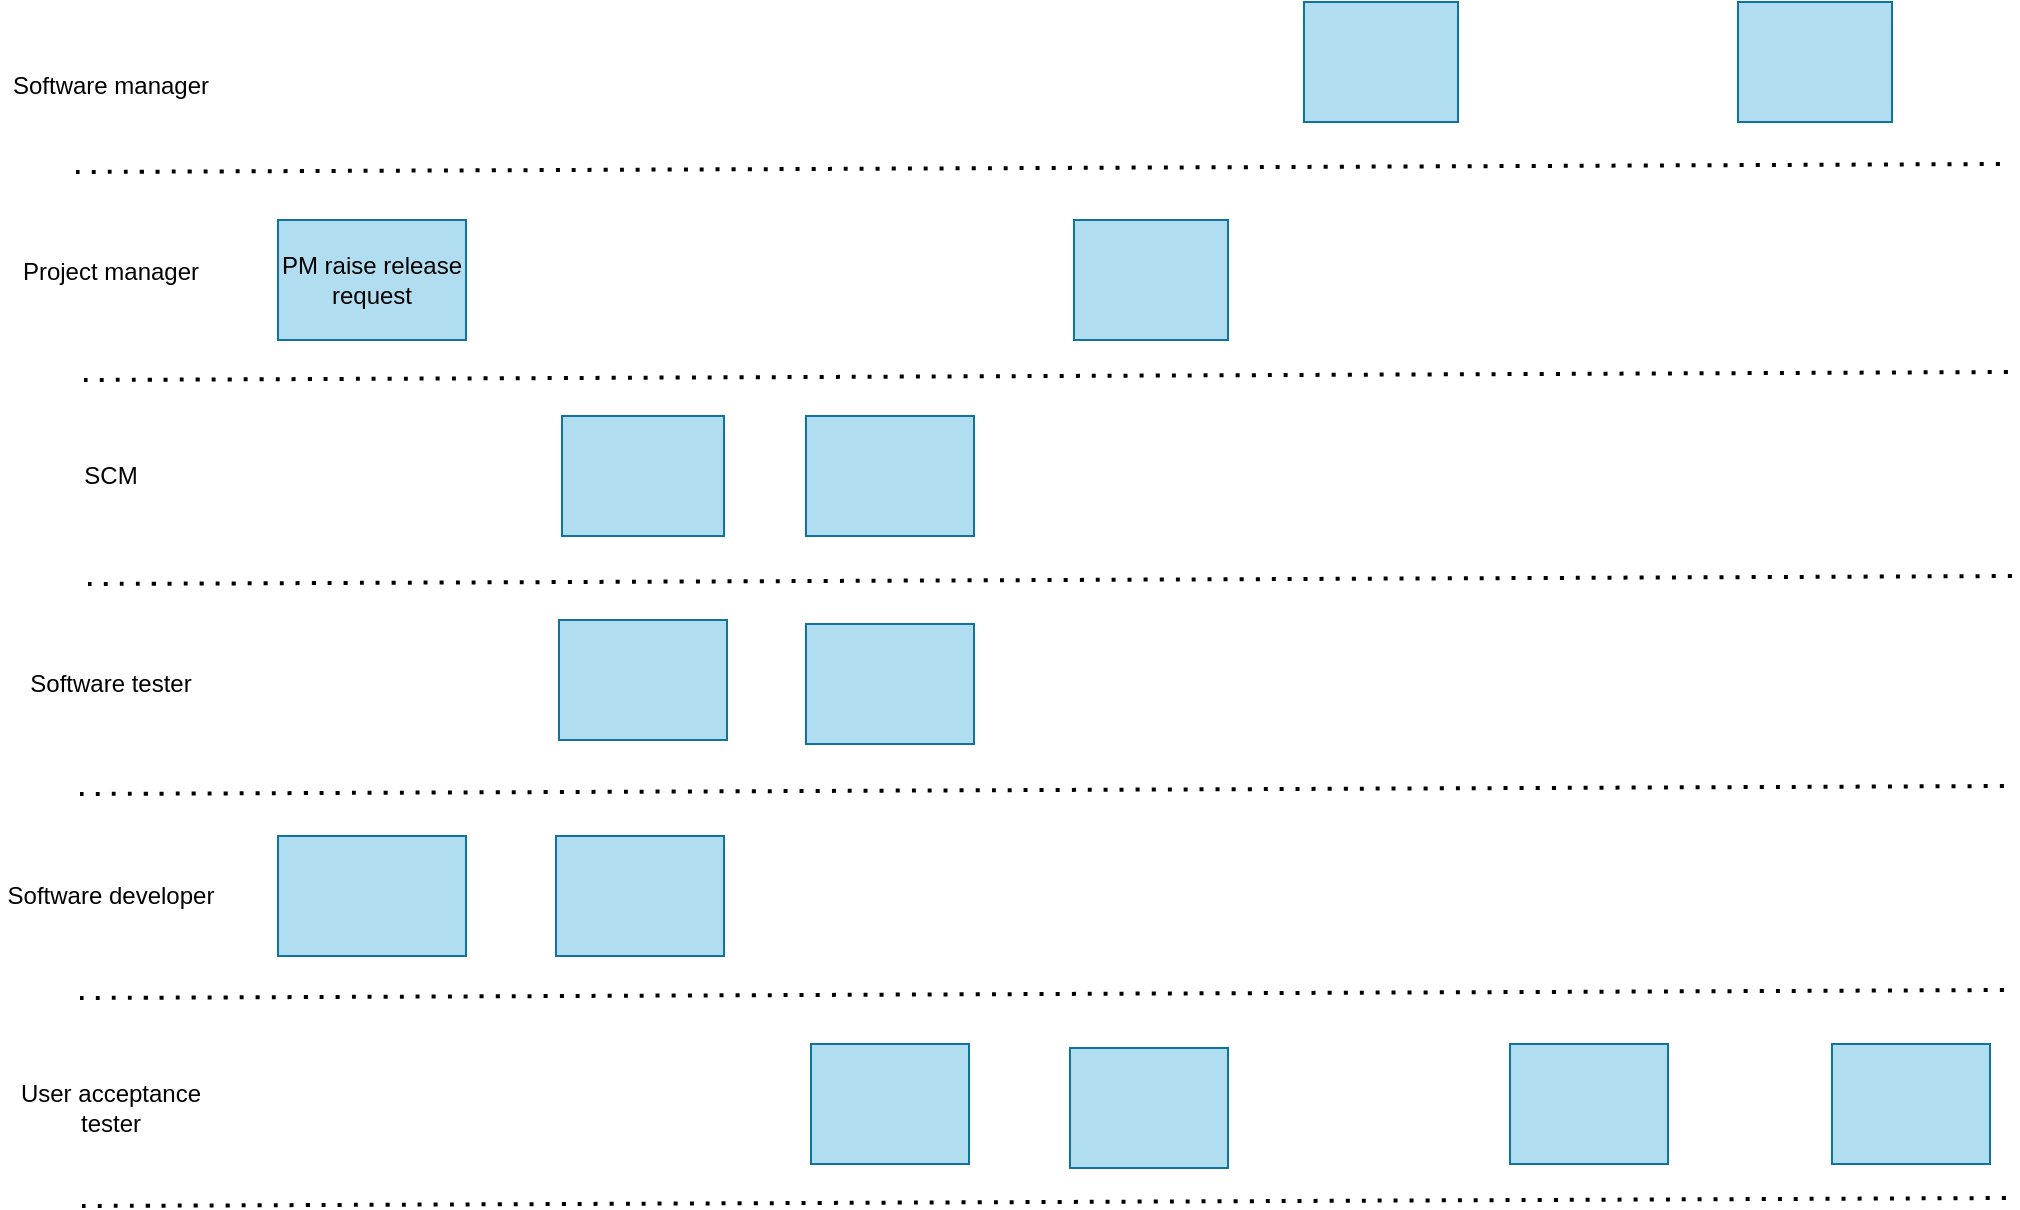
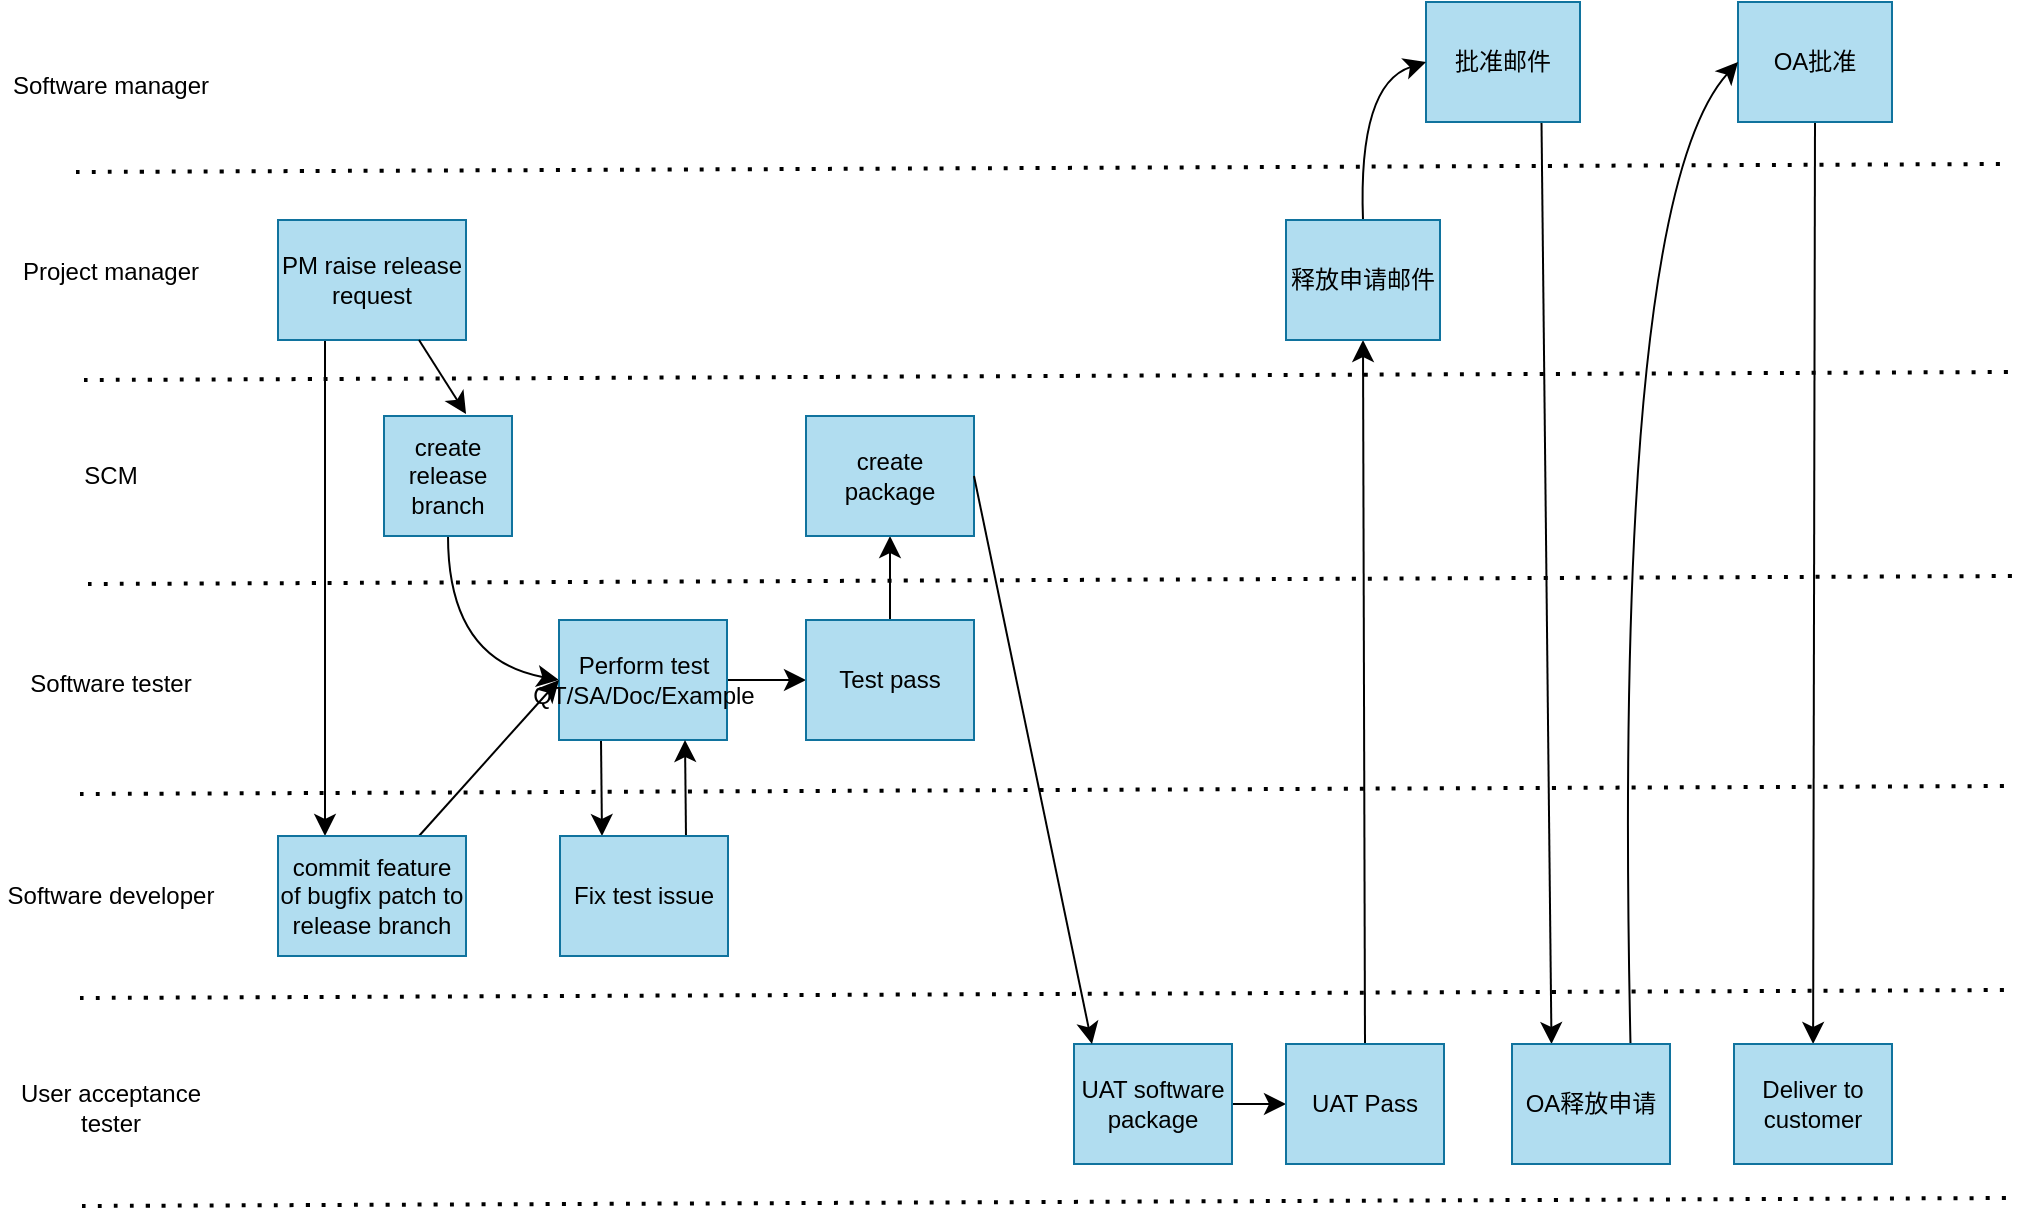
<mxfile host="app.diagrams.net">
  <diagram name="Page-1" id="fTPwgdbc9iwTcl-xMIqn">
    <mxGraphModel dx="3014" dy="1651" grid="0" gridSize="10" guides="1" tooltips="1" connect="1" arrows="1" fold="1" page="0" pageScale="1" pageWidth="827" pageHeight="1169" math="0" shadow="0">
      <root>
        <mxCell id="0" />
        <mxCell id="1" parent="0" />
-         <mxCell id="DVGrybJIp1oMZ7pIrlnc-1" parent="1" style="rounded=0;whiteSpace=wrap;html=1;fillColor=#b1ddf0;strokeColor=#10739e;" value="" vertex="1">
-           <mxGeometry height="60" width="77" x="-603" y="-687" as="geometry" />
+         <mxCell id="DVGrybJIp1oMZ7pIrlnc-45" edge="1" parent="1" source="DVGrybJIp1oMZ7pIrlnc-1" style="edgeStyle=none;curved=1;rounded=0;orthogonalLoop=1;jettySize=auto;html=1;exitX=0.75;exitY=1;exitDx=0;exitDy=0;entryX=0.25;entryY=0;entryDx=0;entryDy=0;fontSize=12;startSize=8;endSize=8;" target="DVGrybJIp1oMZ7pIrlnc-28">
+           <mxGeometry relative="1" as="geometry" />
+         </mxCell>
+         <mxCell id="DVGrybJIp1oMZ7pIrlnc-1" parent="1" style="rounded=0;whiteSpace=wrap;html=1;fillColor=#b1ddf0;strokeColor=#10739e;" value="批准邮件" vertex="1">
+           <mxGeometry height="60" width="77" x="-542" y="-687" as="geometry" />
        </mxCell>
        <mxCell id="DVGrybJIp1oMZ7pIrlnc-4" edge="1" parent="1" style="endArrow=none;dashed=1;html=1;dashPattern=1 3;strokeWidth=2;rounded=0;fontSize=12;startSize=8;endSize=8;curved=1;" value="">
          <mxGeometry height="50" relative="1" width="50" as="geometry">
            <mxPoint x="-1217" y="-602" as="sourcePoint" />
            <mxPoint x="-253" y="-606" as="targetPoint" />
          </mxGeometry>
+         </mxCell>
+         <mxCell id="DVGrybJIp1oMZ7pIrlnc-31" edge="1" parent="1" source="DVGrybJIp1oMZ7pIrlnc-6" style="edgeStyle=none;curved=1;rounded=0;orthogonalLoop=1;jettySize=auto;html=1;exitX=0.25;exitY=1;exitDx=0;exitDy=0;entryX=0.25;entryY=0;entryDx=0;entryDy=0;fontSize=12;startSize=8;endSize=8;" target="DVGrybJIp1oMZ7pIrlnc-12">
+           <mxGeometry relative="1" as="geometry" />
        </mxCell>
        <mxCell id="DVGrybJIp1oMZ7pIrlnc-6" parent="1" style="rounded=0;whiteSpace=wrap;html=1;fillColor=#b1ddf0;strokeColor=#10739e;" value="PM raise release request" vertex="1">
          <mxGeometry height="60" width="94" x="-1116" y="-578" as="geometry" />
        </mxCell>
        <mxCell id="DVGrybJIp1oMZ7pIrlnc-7" edge="1" parent="1" style="endArrow=none;dashed=1;html=1;dashPattern=1 3;strokeWidth=2;rounded=0;fontSize=12;startSize=8;endSize=8;curved=1;" value="">
          <mxGeometry height="50" relative="1" width="50" as="geometry">
            <mxPoint x="-1213" y="-498" as="sourcePoint" />
            <mxPoint x="-249" y="-502" as="targetPoint" />
          </mxGeometry>
        </mxCell>
-         <mxCell id="DVGrybJIp1oMZ7pIrlnc-8" parent="1" style="rounded=0;whiteSpace=wrap;html=1;fillColor=#b1ddf0;strokeColor=#10739e;" value="" vertex="1">
-           <mxGeometry height="60" width="81" x="-974" y="-480" as="geometry" />
+         <mxCell id="DVGrybJIp1oMZ7pIrlnc-32" edge="1" parent="1" source="DVGrybJIp1oMZ7pIrlnc-8" style="edgeStyle=none;curved=1;rounded=0;orthogonalLoop=1;jettySize=auto;html=1;exitX=0.5;exitY=1;exitDx=0;exitDy=0;entryX=0;entryY=0.5;entryDx=0;entryDy=0;fontSize=12;startSize=8;endSize=8;" target="DVGrybJIp1oMZ7pIrlnc-10">
+           <mxGeometry relative="1" as="geometry">
+             <Array as="points">
+               <mxPoint x="-1031" y="-358" />
+             </Array>
+           </mxGeometry>
+         </mxCell>
+         <mxCell id="DVGrybJIp1oMZ7pIrlnc-8" parent="1" style="rounded=0;whiteSpace=wrap;html=1;fillColor=#b1ddf0;strokeColor=#10739e;" value="create release branch" vertex="1">
+           <mxGeometry height="60" width="64" x="-1063" y="-480" as="geometry" />
        </mxCell>
        <mxCell id="DVGrybJIp1oMZ7pIrlnc-9" edge="1" parent="1" style="endArrow=none;dashed=1;html=1;dashPattern=1 3;strokeWidth=2;rounded=0;fontSize=12;startSize=8;endSize=8;curved=1;" value="">
          <mxGeometry height="50" relative="1" width="50" as="geometry">
            <mxPoint x="-1211" y="-396" as="sourcePoint" />
            <mxPoint x="-247" y="-400" as="targetPoint" />
          </mxGeometry>
        </mxCell>
-         <mxCell id="DVGrybJIp1oMZ7pIrlnc-10" parent="1" style="rounded=0;whiteSpace=wrap;html=1;fillColor=#b1ddf0;strokeColor=#10739e;" value="" vertex="1">
+         <mxCell id="DVGrybJIp1oMZ7pIrlnc-34" edge="1" parent="1" source="DVGrybJIp1oMZ7pIrlnc-10" style="edgeStyle=none;curved=1;rounded=0;orthogonalLoop=1;jettySize=auto;html=1;exitX=0.25;exitY=1;exitDx=0;exitDy=0;entryX=0.25;entryY=0;entryDx=0;entryDy=0;fontSize=12;startSize=8;endSize=8;" target="DVGrybJIp1oMZ7pIrlnc-26">
+           <mxGeometry relative="1" as="geometry" />
+         </mxCell>
+         <mxCell id="DVGrybJIp1oMZ7pIrlnc-36" edge="1" parent="1" source="DVGrybJIp1oMZ7pIrlnc-10" style="edgeStyle=none;curved=1;rounded=0;orthogonalLoop=1;jettySize=auto;html=1;exitX=1;exitY=0.5;exitDx=0;exitDy=0;entryX=0;entryY=0.5;entryDx=0;entryDy=0;fontSize=12;startSize=8;endSize=8;" target="DVGrybJIp1oMZ7pIrlnc-24">
+           <mxGeometry relative="1" as="geometry" />
+         </mxCell>
+         <mxCell id="DVGrybJIp1oMZ7pIrlnc-10" parent="1" style="rounded=0;whiteSpace=wrap;html=1;fillColor=#b1ddf0;strokeColor=#10739e;" value="&lt;div&gt;Perform test&lt;/div&gt;&lt;div&gt;QT/SA/Doc/Example&lt;/div&gt;" vertex="1">
          <mxGeometry height="60" width="84" x="-975.5" y="-378" as="geometry" />
        </mxCell>
        <mxCell id="DVGrybJIp1oMZ7pIrlnc-11" edge="1" parent="1" style="endArrow=none;dashed=1;html=1;dashPattern=1 3;strokeWidth=2;rounded=0;fontSize=12;startSize=8;endSize=8;curved=1;" value="">
          <mxGeometry height="50" relative="1" width="50" as="geometry">
            <mxPoint x="-1215" y="-291" as="sourcePoint" />
            <mxPoint x="-251" y="-295" as="targetPoint" />
          </mxGeometry>
        </mxCell>
-         <mxCell id="DVGrybJIp1oMZ7pIrlnc-12" parent="1" style="rounded=0;whiteSpace=wrap;html=1;fillColor=#b1ddf0;strokeColor=#10739e;" value="" vertex="1">
+         <mxCell id="DVGrybJIp1oMZ7pIrlnc-33" edge="1" parent="1" source="DVGrybJIp1oMZ7pIrlnc-12" style="edgeStyle=none;curved=1;rounded=0;orthogonalLoop=1;jettySize=auto;html=1;exitX=0.75;exitY=0;exitDx=0;exitDy=0;entryX=0;entryY=0.5;entryDx=0;entryDy=0;fontSize=12;startSize=8;endSize=8;" target="DVGrybJIp1oMZ7pIrlnc-10">
+           <mxGeometry relative="1" as="geometry" />
+         </mxCell>
+         <mxCell id="DVGrybJIp1oMZ7pIrlnc-12" parent="1" style="rounded=0;whiteSpace=wrap;html=1;fillColor=#b1ddf0;strokeColor=#10739e;" value="commit feature of bugfix patch to release branch" vertex="1">
          <mxGeometry height="60" width="94" x="-1116" y="-270" as="geometry" />
        </mxCell>
        <mxCell id="DVGrybJIp1oMZ7pIrlnc-13" edge="1" parent="1" style="endArrow=none;dashed=1;html=1;dashPattern=1 3;strokeWidth=2;rounded=0;fontSize=12;startSize=8;endSize=8;curved=1;" value="">
          <mxGeometry height="50" relative="1" width="50" as="geometry">
            <mxPoint x="-1215" y="-189" as="sourcePoint" />
            <mxPoint x="-251" y="-193" as="targetPoint" />
          </mxGeometry>
        </mxCell>
        <mxCell id="DVGrybJIp1oMZ7pIrlnc-14" parent="1" style="text;html=1;whiteSpace=wrap;strokeColor=none;fillColor=none;align=center;verticalAlign=middle;rounded=0;" value="Software manager" vertex="1">
          <mxGeometry height="30" width="111" x="-1255" y="-660" as="geometry" />
        </mxCell>
        <mxCell id="DVGrybJIp1oMZ7pIrlnc-15" parent="1" style="text;html=1;whiteSpace=wrap;strokeColor=none;fillColor=none;align=center;verticalAlign=middle;rounded=0;" value="Project manager" vertex="1">
          <mxGeometry height="30" width="111" x="-1255" y="-567" as="geometry" />
        </mxCell>
        <mxCell id="DVGrybJIp1oMZ7pIrlnc-16" parent="1" style="text;html=1;whiteSpace=wrap;strokeColor=none;fillColor=none;align=center;verticalAlign=middle;rounded=0;" value="SCM" vertex="1">
          <mxGeometry height="30" width="111" x="-1255" y="-465" as="geometry" />
        </mxCell>
        <mxCell id="DVGrybJIp1oMZ7pIrlnc-17" parent="1" style="text;html=1;whiteSpace=wrap;strokeColor=none;fillColor=none;align=center;verticalAlign=middle;rounded=0;" value="Software tester" vertex="1">
          <mxGeometry height="30" width="111" x="-1255" y="-361" as="geometry" />
        </mxCell>
        <mxCell id="DVGrybJIp1oMZ7pIrlnc-18" parent="1" style="text;html=1;whiteSpace=wrap;strokeColor=none;fillColor=none;align=center;verticalAlign=middle;rounded=0;" value="Software developer" vertex="1">
          <mxGeometry height="30" width="111" x="-1255" y="-255" as="geometry" />
        </mxCell>
-         <mxCell id="DVGrybJIp1oMZ7pIrlnc-19" parent="1" style="rounded=0;whiteSpace=wrap;html=1;fillColor=#b1ddf0;strokeColor=#10739e;" value="" vertex="1">
-           <mxGeometry height="60" width="79" x="-849.5" y="-166" as="geometry" />
+         <mxCell id="DVGrybJIp1oMZ7pIrlnc-41" edge="1" parent="1" source="DVGrybJIp1oMZ7pIrlnc-19" style="edgeStyle=none;curved=1;rounded=0;orthogonalLoop=1;jettySize=auto;html=1;exitX=1;exitY=0.5;exitDx=0;exitDy=0;entryX=0;entryY=0.5;entryDx=0;entryDy=0;fontSize=12;startSize=8;endSize=8;" target="DVGrybJIp1oMZ7pIrlnc-27">
+           <mxGeometry relative="1" as="geometry" />
+         </mxCell>
+         <mxCell id="DVGrybJIp1oMZ7pIrlnc-19" parent="1" style="rounded=0;whiteSpace=wrap;html=1;fillColor=#b1ddf0;strokeColor=#10739e;" value="UAT software package" vertex="1">
+           <mxGeometry height="60" width="79" x="-718" y="-166" as="geometry" />
        </mxCell>
        <mxCell id="DVGrybJIp1oMZ7pIrlnc-20" edge="1" parent="1" style="endArrow=none;dashed=1;html=1;dashPattern=1 3;strokeWidth=2;rounded=0;fontSize=12;startSize=8;endSize=8;curved=1;" value="">
          <mxGeometry height="50" relative="1" width="50" as="geometry">
            <mxPoint x="-1214" y="-85" as="sourcePoint" />
            <mxPoint x="-250" y="-89" as="targetPoint" />
          </mxGeometry>
        </mxCell>
        <mxCell id="DVGrybJIp1oMZ7pIrlnc-21" parent="1" style="text;html=1;whiteSpace=wrap;strokeColor=none;fillColor=none;align=center;verticalAlign=middle;rounded=0;" value="User acceptance tester" vertex="1">
          <mxGeometry height="30" width="111" x="-1255" y="-149" as="geometry" />
        </mxCell>
-         <mxCell id="DVGrybJIp1oMZ7pIrlnc-22" parent="1" style="rounded=0;whiteSpace=wrap;html=1;fillColor=#b1ddf0;strokeColor=#10739e;" value="" vertex="1">
+         <mxCell id="DVGrybJIp1oMZ7pIrlnc-47" edge="1" parent="1" source="DVGrybJIp1oMZ7pIrlnc-22" style="edgeStyle=none;curved=1;rounded=0;orthogonalLoop=1;jettySize=auto;html=1;exitX=0.5;exitY=1;exitDx=0;exitDy=0;fontSize=12;startSize=8;endSize=8;" target="DVGrybJIp1oMZ7pIrlnc-29">
+           <mxGeometry relative="1" as="geometry" />
+         </mxCell>
+         <mxCell id="DVGrybJIp1oMZ7pIrlnc-22" parent="1" style="rounded=0;whiteSpace=wrap;html=1;fillColor=#b1ddf0;strokeColor=#10739e;" value="OA批准" vertex="1">
          <mxGeometry height="60" width="77" x="-386" y="-687" as="geometry" />
        </mxCell>
-         <mxCell id="DVGrybJIp1oMZ7pIrlnc-23" parent="1" style="rounded=0;whiteSpace=wrap;html=1;fillColor=#b1ddf0;strokeColor=#10739e;" value="" vertex="1">
-           <mxGeometry height="60" width="77" x="-718" y="-578" as="geometry" />
+         <mxCell id="DVGrybJIp1oMZ7pIrlnc-40" edge="1" parent="1" source="DVGrybJIp1oMZ7pIrlnc-23" style="edgeStyle=none;curved=1;rounded=0;orthogonalLoop=1;jettySize=auto;html=1;exitX=0.5;exitY=1;exitDx=0;exitDy=0;entryX=0.5;entryY=0;entryDx=0;entryDy=0;fontSize=12;startSize=8;endSize=8;startArrow=classic;startFill=1;endArrow=none;endFill=0;" target="DVGrybJIp1oMZ7pIrlnc-27">
+           <mxGeometry relative="1" as="geometry" />
        </mxCell>
-         <mxCell id="DVGrybJIp1oMZ7pIrlnc-24" parent="1" style="rounded=0;whiteSpace=wrap;html=1;fillColor=#b1ddf0;strokeColor=#10739e;" value="" vertex="1">
-           <mxGeometry height="60" width="84" x="-852" y="-376" as="geometry" />
+         <mxCell id="DVGrybJIp1oMZ7pIrlnc-44" edge="1" parent="1" source="DVGrybJIp1oMZ7pIrlnc-23" style="edgeStyle=none;curved=1;rounded=0;orthogonalLoop=1;jettySize=auto;html=1;exitX=0.5;exitY=0;exitDx=0;exitDy=0;entryX=0;entryY=0.5;entryDx=0;entryDy=0;fontSize=12;startSize=8;endSize=8;" target="DVGrybJIp1oMZ7pIrlnc-1">
+           <mxGeometry relative="1" as="geometry">
+             <Array as="points">
+               <mxPoint x="-576" y="-646" />
+             </Array>
+           </mxGeometry>
        </mxCell>
-         <mxCell id="DVGrybJIp1oMZ7pIrlnc-25" parent="1" style="rounded=0;whiteSpace=wrap;html=1;fillColor=#b1ddf0;strokeColor=#10739e;" value="" vertex="1">
+         <mxCell id="DVGrybJIp1oMZ7pIrlnc-23" parent="1" style="rounded=0;whiteSpace=wrap;html=1;fillColor=#b1ddf0;strokeColor=#10739e;" value="释放申请邮件" vertex="1">
+           <mxGeometry height="60" width="77" x="-612" y="-578" as="geometry" />
+         </mxCell>
+         <mxCell id="DVGrybJIp1oMZ7pIrlnc-37" edge="1" parent="1" source="DVGrybJIp1oMZ7pIrlnc-24" style="edgeStyle=none;curved=1;rounded=0;orthogonalLoop=1;jettySize=auto;html=1;exitX=0.5;exitY=0;exitDx=0;exitDy=0;entryX=0.5;entryY=1;entryDx=0;entryDy=0;fontSize=12;startSize=8;endSize=8;" target="DVGrybJIp1oMZ7pIrlnc-25">
+           <mxGeometry relative="1" as="geometry" />
+         </mxCell>
+         <mxCell id="DVGrybJIp1oMZ7pIrlnc-24" parent="1" style="rounded=0;whiteSpace=wrap;html=1;fillColor=#b1ddf0;strokeColor=#10739e;" value="Test pass" vertex="1">
+           <mxGeometry height="60" width="84" x="-852" y="-378" as="geometry" />
+         </mxCell>
+         <mxCell id="DVGrybJIp1oMZ7pIrlnc-25" parent="1" style="rounded=0;whiteSpace=wrap;html=1;fillColor=#b1ddf0;strokeColor=#10739e;" value="create package" vertex="1">
          <mxGeometry height="60" width="84" x="-852" y="-480" as="geometry" />
        </mxCell>
-         <mxCell id="DVGrybJIp1oMZ7pIrlnc-26" parent="1" style="rounded=0;whiteSpace=wrap;html=1;fillColor=#b1ddf0;strokeColor=#10739e;" value="" vertex="1">
-           <mxGeometry height="60" width="84" x="-977" y="-270" as="geometry" />
+         <mxCell id="DVGrybJIp1oMZ7pIrlnc-35" edge="1" parent="1" source="DVGrybJIp1oMZ7pIrlnc-26" style="edgeStyle=none;curved=1;rounded=0;orthogonalLoop=1;jettySize=auto;html=1;exitX=0.75;exitY=0;exitDx=0;exitDy=0;entryX=0.75;entryY=1;entryDx=0;entryDy=0;fontSize=12;startSize=8;endSize=8;" target="DVGrybJIp1oMZ7pIrlnc-10">
+           <mxGeometry relative="1" as="geometry" />
        </mxCell>
-         <mxCell id="DVGrybJIp1oMZ7pIrlnc-27" parent="1" style="rounded=0;whiteSpace=wrap;html=1;fillColor=#b1ddf0;strokeColor=#10739e;" value="" vertex="1">
-           <mxGeometry height="60" width="79" x="-720" y="-164" as="geometry" />
+         <mxCell id="DVGrybJIp1oMZ7pIrlnc-26" parent="1" style="rounded=0;whiteSpace=wrap;html=1;fillColor=#b1ddf0;strokeColor=#10739e;" value="Fix test issue" vertex="1">
+           <mxGeometry height="60" width="84" x="-975" y="-270" as="geometry" />
        </mxCell>
-         <mxCell id="DVGrybJIp1oMZ7pIrlnc-28" parent="1" style="rounded=0;whiteSpace=wrap;html=1;fillColor=#b1ddf0;strokeColor=#10739e;" value="" vertex="1">
-           <mxGeometry height="60" width="79" x="-500" y="-166" as="geometry" />
+         <mxCell id="DVGrybJIp1oMZ7pIrlnc-27" parent="1" style="rounded=0;whiteSpace=wrap;html=1;fillColor=#b1ddf0;strokeColor=#10739e;" value="UAT Pass" vertex="1">
+           <mxGeometry height="60" width="79" x="-612" y="-166" as="geometry" />
        </mxCell>
-         <mxCell id="DVGrybJIp1oMZ7pIrlnc-29" parent="1" style="rounded=0;whiteSpace=wrap;html=1;fillColor=#b1ddf0;strokeColor=#10739e;" value="" vertex="1">
-           <mxGeometry height="60" width="79" x="-339" y="-166" as="geometry" />
+         <mxCell id="DVGrybJIp1oMZ7pIrlnc-46" edge="1" parent="1" source="DVGrybJIp1oMZ7pIrlnc-28" style="edgeStyle=none;curved=1;rounded=0;orthogonalLoop=1;jettySize=auto;html=1;exitX=0.75;exitY=0;exitDx=0;exitDy=0;entryX=0;entryY=0.5;entryDx=0;entryDy=0;fontSize=12;startSize=8;endSize=8;" target="DVGrybJIp1oMZ7pIrlnc-22">
+           <mxGeometry relative="1" as="geometry">
+             <Array as="points">
+               <mxPoint x="-449" y="-587" />
+             </Array>
+           </mxGeometry>
+         </mxCell>
+         <mxCell id="DVGrybJIp1oMZ7pIrlnc-28" parent="1" style="rounded=0;whiteSpace=wrap;html=1;fillColor=#b1ddf0;strokeColor=#10739e;" value="OA释放申请" vertex="1">
+           <mxGeometry height="60" width="79" x="-499" y="-166" as="geometry" />
+         </mxCell>
+         <mxCell id="DVGrybJIp1oMZ7pIrlnc-29" parent="1" style="rounded=0;whiteSpace=wrap;html=1;fillColor=#b1ddf0;strokeColor=#10739e;" value="Deliver to customer" vertex="1">
+           <mxGeometry height="60" width="79" x="-388" y="-166" as="geometry" />
+         </mxCell>
+         <mxCell id="DVGrybJIp1oMZ7pIrlnc-30" edge="1" parent="1" source="DVGrybJIp1oMZ7pIrlnc-6" style="edgeStyle=none;curved=1;rounded=0;orthogonalLoop=1;jettySize=auto;html=1;exitX=0.75;exitY=1;exitDx=0;exitDy=0;entryX=0.641;entryY=-0.017;entryDx=0;entryDy=0;entryPerimeter=0;fontSize=12;startSize=8;endSize=8;" target="DVGrybJIp1oMZ7pIrlnc-8">
+           <mxGeometry relative="1" as="geometry" />
+         </mxCell>
+         <mxCell id="DVGrybJIp1oMZ7pIrlnc-43" edge="1" parent="1" source="DVGrybJIp1oMZ7pIrlnc-25" style="edgeStyle=none;curved=1;rounded=0;orthogonalLoop=1;jettySize=auto;html=1;exitX=1;exitY=0.5;exitDx=0;exitDy=0;entryX=0.114;entryY=0;entryDx=0;entryDy=0;entryPerimeter=0;fontSize=12;startSize=8;endSize=8;" target="DVGrybJIp1oMZ7pIrlnc-19">
+           <mxGeometry relative="1" as="geometry" />
        </mxCell>
      </root>
    </mxGraphModel>
  </diagram>
</mxfile>
